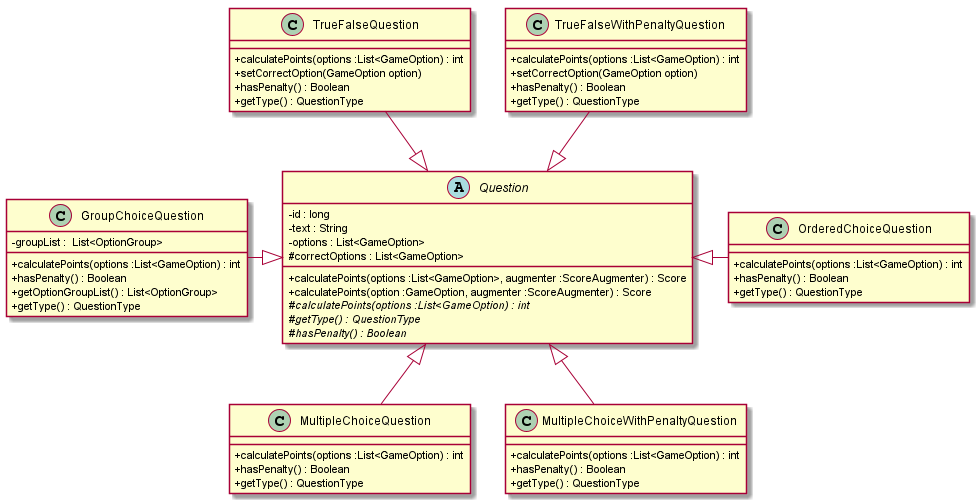
Above: docs/out/DiagramaClases-DetallePreguntas-TP2/DiagramaUML-DetallePreguntas-TP2.png in GEscandar/TP2-Kahoot (PlantUML), before the change.
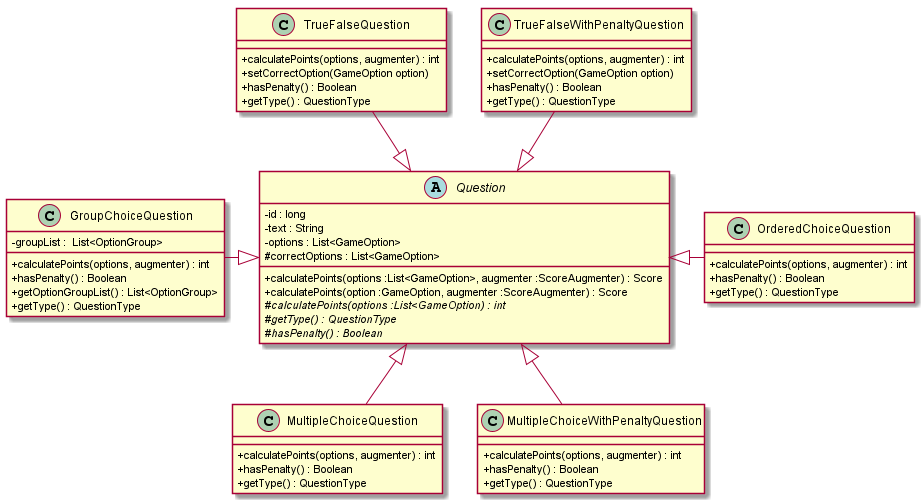
The same diagram one commit later.

What changed in the source:
```diff
@@ -15,39 +15,39 @@
 }
 
 class TrueFalseQuestion{
-    + calculatePoints(options :List<GameOption) : int
+    + calculatePoints(options, augmenter) : int
     + setCorrectOption(GameOption option)
     + hasPenalty() : Boolean
     + getType() : QuestionType
 }
 
 class TrueFalseWithPenaltyQuestion{
-    + calculatePoints(options :List<GameOption) : int
+    + calculatePoints(options, augmenter) : int
     + setCorrectOption(GameOption option)
     + hasPenalty() : Boolean
     + getType() : QuestionType
 }
 
 class OrderedChoiceQuestion{
-    + calculatePoints(options :List<GameOption) : int
+    + calculatePoints(options, augmenter) : int
     + hasPenalty() : Boolean
     + getType() : QuestionType
 }
 
 class MultipleChoiceQuestion{
-    + calculatePoints(options :List<GameOption) : int
+    + calculatePoints(options, augmenter) : int
     + hasPenalty() : Boolean
     + getType() : QuestionType
 }
 
 class MultipleChoiceWithPenaltyQuestion{
-    + calculatePoints(options :List<GameOption) : int
+    + calculatePoints(options, augmenter) : int
     + hasPenalty() : Boolean
     + getType() : QuestionType
 }
 
 class GroupChoiceQuestion{
-    + calculatePoints(options :List<GameOption) : int
+    + calculatePoints(options, augmenter) : int
     - groupList :  List<OptionGroup>
     + hasPenalty() : Boolean
     + getOptionGroupList() : List<OptionGroup>
```
